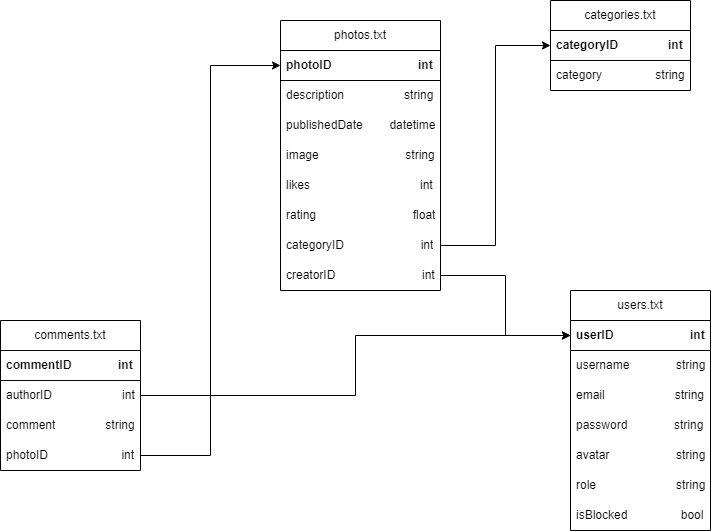
Above: images/modelo_dados.png in pedromst2000/tkinter-photo-manager-40210465 (draw.io), before the change. Source tidied: cells renumbered, new cells last; positions are measured from the earlier drawing's top-left corner, leaving out a move shared by most shapes.
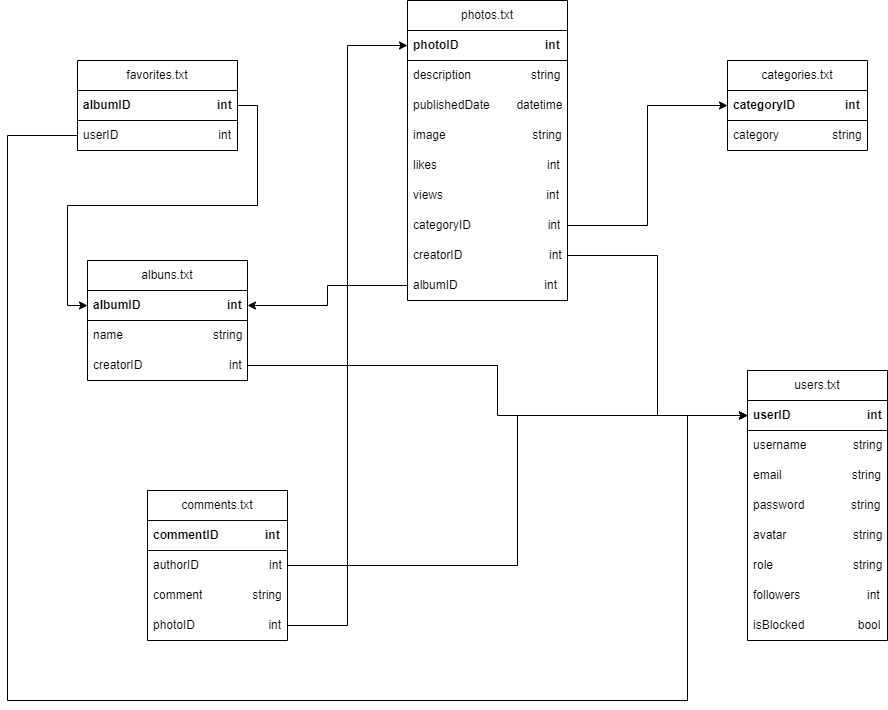
After the commit.

The edit, as a diff of the source:
```diff
@@ -3,7 +3,7 @@
     <mxCell id="0" />
     <mxCell id="1" parent="0" />
     <mxCell id="2" value="users.txt" style="swimlane;fontStyle=0;horizontal=1;startSize=30;whiteSpace=wrap;html=1;" parent="1" vertex="1">
-      <mxGeometry x="570" y="290" width="140" height="240" as="geometry" />
+      <mxGeometry x="230" y="280" width="140" height="270" as="geometry" />
     </mxCell>
     <mxCell id="3" value="&lt;b&gt;userID&amp;nbsp; &amp;nbsp; &amp;nbsp; &amp;nbsp; &amp;nbsp; &amp;nbsp; &amp;nbsp; &amp;nbsp; &amp;nbsp; &amp;nbsp; &amp;nbsp; &amp;nbsp;int&lt;/b&gt;" style="text;strokeColor=#030303;fillColor=none;align=left;verticalAlign=middle;spacingLeft=4;spacingRight=4;overflow=hidden;points=[[0,0.5],[1,0.5]];portConstraint=eastwest;whiteSpace=wrap;html=1;" parent="2" vertex="1">
       <mxGeometry y="30" width="140" height="30" as="geometry" />
@@ -23,11 +23,14 @@
     <mxCell id="8" value="role&amp;nbsp; &amp;nbsp; &amp;nbsp; &amp;nbsp; &amp;nbsp; &amp;nbsp; &amp;nbsp; &amp;nbsp; &amp;nbsp; &amp;nbsp; &amp;nbsp; &amp;nbsp; string" style="text;strokeColor=none;fillColor=none;align=left;verticalAlign=middle;spacingLeft=4;spacingRight=4;overflow=hidden;whiteSpace=wrap;html=1;" parent="2" vertex="1">
       <mxGeometry y="180" width="140" height="30" as="geometry" />
     </mxCell>
+    <mxCell id="31" value="followers&amp;nbsp; &amp;nbsp; &amp;nbsp; &amp;nbsp; &amp;nbsp; &amp;nbsp; &amp;nbsp; &amp;nbsp; &amp;nbsp; &amp;nbsp; int" style="text;strokeColor=none;fillColor=none;align=left;verticalAlign=middle;spacingLeft=4;spacingRight=4;overflow=hidden;whiteSpace=wrap;html=1;" parent="2" vertex="1">
+      <mxGeometry y="210" width="140" height="30" as="geometry" />
+    </mxCell>
     <mxCell id="9" value="isBlocked&amp;nbsp; &amp;nbsp; &amp;nbsp; &amp;nbsp; &amp;nbsp; &amp;nbsp; &amp;nbsp; &amp;nbsp; bool" style="text;strokeColor=none;fillColor=none;align=left;verticalAlign=middle;spacingLeft=4;spacingRight=4;overflow=hidden;whiteSpace=wrap;html=1;" parent="2" vertex="1">
-      <mxGeometry y="210" width="140" height="30" as="geometry" />
+      <mxGeometry y="240" width="140" height="30" as="geometry" />
     </mxCell>
     <mxCell id="10" value="comments.txt" style="swimlane;fontStyle=0;horizontal=1;startSize=30;whiteSpace=wrap;html=1;" parent="1" vertex="1">
-      <mxGeometry y="320" width="140" height="150" as="geometry" />
+      <mxGeometry x="-370" y="400" width="140" height="150" as="geometry" />
     </mxCell>
     <mxCell id="11" value="&lt;b&gt;commentID&amp;nbsp; &amp;nbsp; &amp;nbsp; &amp;nbsp; &amp;nbsp; &amp;nbsp; &amp;nbsp; int&lt;/b&gt;" style="text;strokeColor=#080808;fillColor=none;align=left;verticalAlign=middle;spacingLeft=4;spacingRight=4;overflow=hidden;whiteSpace=wrap;html=1;" parent="10" vertex="1">
       <mxGeometry y="30" width="140" height="30" as="geometry" />
@@ -42,7 +45,7 @@
       <mxGeometry y="120" width="140" height="30" as="geometry" />
     </mxCell>
     <mxCell id="15" value="categories.txt" style="swimlane;fontStyle=0;horizontal=1;startSize=30;whiteSpace=wrap;html=1;" parent="1" vertex="1">
-      <mxGeometry x="550" width="140" height="90" as="geometry" />
+      <mxGeometry x="210" y="-30" width="140" height="90" as="geometry" />
     </mxCell>
     <mxCell id="16" value="&lt;b&gt;categoryID&amp;nbsp; &amp;nbsp; &amp;nbsp; &amp;nbsp; &amp;nbsp; &amp;nbsp; &amp;nbsp; &amp;nbsp;int&lt;/b&gt;" style="text;strokeColor=#030303;fillColor=none;align=left;verticalAlign=middle;spacingLeft=4;spacingRight=4;overflow=hidden;points=[[0,0.5],[1,0.5]];portConstraint=eastwest;whiteSpace=wrap;html=1;" parent="15" vertex="1">
       <mxGeometry y="30" width="140" height="30" as="geometry" />
@@ -51,7 +54,7 @@
       <mxGeometry y="60" width="140" height="30" as="geometry" />
     </mxCell>
     <mxCell id="18" value="photos.txt" style="swimlane;fontStyle=0;horizontal=1;startSize=30;whiteSpace=wrap;html=1;" parent="1" vertex="1">
-      <mxGeometry x="280" y="20" width="160" height="270" as="geometry" />
+      <mxGeometry x="-110" y="-90" width="160" height="300" as="geometry" />
     </mxCell>
     <mxCell id="19" value="&lt;b&gt;photoID&amp;nbsp; &amp;nbsp; &amp;nbsp; &amp;nbsp; &amp;nbsp; &amp;nbsp; &amp;nbsp; &amp;nbsp; &amp;nbsp; &amp;nbsp; &amp;nbsp; &amp;nbsp; &amp;nbsp; int&lt;/b&gt;" style="text;strokeColor=#030303;fillColor=none;align=left;verticalAlign=middle;spacingLeft=4;spacingRight=4;overflow=hidden;points=[[0,0.5],[1,0.5]];portConstraint=eastwest;whiteSpace=wrap;html=1;" parent="18" vertex="1">
       <mxGeometry y="30" width="160" height="30" as="geometry" />
@@ -68,26 +71,69 @@
     <mxCell id="23" value="likes&amp;nbsp; &amp;nbsp; &amp;nbsp; &amp;nbsp; &amp;nbsp; &amp;nbsp; &amp;nbsp; &amp;nbsp; &amp;nbsp; &amp;nbsp; &amp;nbsp; &amp;nbsp; &amp;nbsp; &amp;nbsp; &amp;nbsp; &amp;nbsp; &amp;nbsp;int" style="text;strokeColor=none;fillColor=none;align=left;verticalAlign=middle;spacingLeft=4;spacingRight=4;overflow=hidden;whiteSpace=wrap;html=1;" parent="18" vertex="1">
       <mxGeometry y="150" width="160" height="30" as="geometry" />
     </mxCell>
-    <mxCell id="24" value="rating&amp;nbsp; &amp;nbsp; &amp;nbsp; &amp;nbsp; &amp;nbsp; &amp;nbsp; &amp;nbsp; &amp;nbsp; &amp;nbsp; &amp;nbsp; &amp;nbsp; &amp;nbsp; &amp;nbsp; &amp;nbsp; &amp;nbsp;float" style="text;strokeColor=none;fillColor=none;align=left;verticalAlign=middle;spacingLeft=4;spacingRight=4;overflow=hidden;whiteSpace=wrap;html=1;" parent="18" vertex="1">
+    <mxCell id="24" value="views&amp;nbsp; &amp;nbsp; &amp;nbsp; &amp;nbsp; &amp;nbsp; &amp;nbsp; &amp;nbsp; &amp;nbsp; &amp;nbsp; &amp;nbsp; &amp;nbsp; &amp;nbsp; &amp;nbsp; &amp;nbsp; &amp;nbsp; &amp;nbsp;int" style="text;strokeColor=none;fillColor=none;align=left;verticalAlign=middle;spacingLeft=4;spacingRight=4;overflow=hidden;whiteSpace=wrap;html=1;" parent="18" vertex="1">
       <mxGeometry y="180" width="160" height="30" as="geometry" />
     </mxCell>
     <mxCell id="25" value="categoryID&amp;nbsp; &amp;nbsp; &amp;nbsp; &amp;nbsp; &amp;nbsp; &amp;nbsp; &amp;nbsp; &amp;nbsp; &amp;nbsp; &amp;nbsp; &amp;nbsp; &amp;nbsp;int" style="text;strokeColor=none;fillColor=none;align=left;verticalAlign=middle;spacingLeft=4;spacingRight=4;overflow=hidden;points=[[0,0.5],[1,0.5]];portConstraint=eastwest;whiteSpace=wrap;html=1;" parent="18" vertex="1">
       <mxGeometry y="210" width="160" height="30" as="geometry" />
     </mxCell>
+    <mxCell id="32" value="creatorID&amp;nbsp; &amp;nbsp; &amp;nbsp; &amp;nbsp; &amp;nbsp; &amp;nbsp; &amp;nbsp; &amp;nbsp; &amp;nbsp; &amp;nbsp; &amp;nbsp; &amp;nbsp; &amp;nbsp; int" style="text;strokeColor=none;fillColor=none;align=left;verticalAlign=middle;spacingLeft=4;spacingRight=4;overflow=hidden;points=[[0,0.5],[1,0.5]];portConstraint=eastwest;whiteSpace=wrap;html=1;" parent="18" vertex="1">
+      <mxGeometry y="240" width="160" height="30" as="geometry" />
+    </mxCell>
-    <mxCell id="26" value="creatorID&amp;nbsp; &amp;nbsp; &amp;nbsp; &amp;nbsp; &amp;nbsp; &amp;nbsp; &amp;nbsp; &amp;nbsp; &amp;nbsp; &amp;nbsp; &amp;nbsp; &amp;nbsp; &amp;nbsp; int" style="text;strokeColor=none;fillColor=none;align=left;verticalAlign=middle;spacingLeft=4;spacingRight=4;overflow=hidden;points=[[0,0.5],[1,0.5]];portConstraint=eastwest;whiteSpace=wrap;html=1;" parent="18" vertex="1">
-      <mxGeometry y="240" width="160" height="30" as="geometry" />
+    <mxCell id="26" value="albumID&amp;nbsp; &amp;nbsp; &amp;nbsp; &amp;nbsp; &amp;nbsp; &amp;nbsp; &amp;nbsp; &amp;nbsp; &amp;nbsp; &amp;nbsp; &amp;nbsp; &amp;nbsp; &amp;nbsp; int" style="text;strokeColor=none;fillColor=none;align=left;verticalAlign=middle;spacingLeft=4;spacingRight=4;overflow=hidden;points=[[0,0.5],[1,0.5]];portConstraint=eastwest;whiteSpace=wrap;html=1;" parent="18" vertex="1">
+      <mxGeometry y="270" width="160" height="30" as="geometry" />
     </mxCell>
     <mxCell id="27" style="edgeStyle=orthogonalEdgeStyle;rounded=0;jettySize=auto;html=1;entryX=0;entryY=0.5;entryDx=0;entryDy=0;" parent="1" edge="1" source="25" target="16">
       <mxGeometry relative="1" as="geometry" />
     </mxCell>
-    <mxCell id="28" style="edgeStyle=orthogonalEdgeStyle;rounded=0;jettySize=auto;html=1;entryX=0;entryY=0.5;entryDx=0;entryDy=0;" parent="1" edge="1" source="26" target="3">
-      <mxGeometry relative="1" as="geometry" />
-    </mxCell>
     <mxCell id="29" style="edgeStyle=orthogonalEdgeStyle;rounded=0;jettySize=auto;html=1;entryX=0;entryY=0.5;entryDx=0;entryDy=0;" parent="1" edge="1" source="12" target="3">
       <mxGeometry relative="1" as="geometry" />
     </mxCell>
     <mxCell id="30" style="edgeStyle=orthogonalEdgeStyle;rounded=0;jettySize=auto;html=1;entryX=0;entryY=0.5;entryDx=0;entryDy=0;" parent="1" edge="1" source="14" target="19">
       <mxGeometry relative="1" as="geometry" />
     </mxCell>
+    <mxCell id="33" value="albuns.txt" style="swimlane;fontStyle=0;horizontal=1;startSize=30;whiteSpace=wrap;html=1;" parent="1" vertex="1">
+      <mxGeometry x="-430" y="170" width="160" height="120" as="geometry" />
+    </mxCell>
+    <mxCell id="34" value="&lt;b&gt;albumID&amp;nbsp; &amp;nbsp; &amp;nbsp; &amp;nbsp; &amp;nbsp; &amp;nbsp; &amp;nbsp; &amp;nbsp; &amp;nbsp; &amp;nbsp; &amp;nbsp; &amp;nbsp; &amp;nbsp; int&lt;/b&gt;" style="text;strokeColor=#030303;fillColor=none;align=left;verticalAlign=middle;spacingLeft=4;spacingRight=4;overflow=hidden;points=[[0,0.5],[1,0.5]];portConstraint=eastwest;whiteSpace=wrap;html=1;" parent="33" vertex="1">
+      <mxGeometry y="30" width="160" height="30" as="geometry" />
+    </mxCell>
+    <mxCell id="35" value="name&amp;nbsp; &amp;nbsp; &amp;nbsp; &amp;nbsp; &amp;nbsp; &amp;nbsp; &amp;nbsp; &amp;nbsp; &amp;nbsp; &amp;nbsp; &amp;nbsp; &amp;nbsp; &amp;nbsp; &amp;nbsp;string" style="text;strokeColor=none;fillColor=none;align=left;verticalAlign=middle;spacingLeft=4;spacingRight=4;overflow=hidden;whiteSpace=wrap;html=1;" parent="33" vertex="1">
+      <mxGeometry y="60" width="160" height="30" as="geometry" />
+    </mxCell>
+    <mxCell id="36" value="creatorID&amp;nbsp; &amp;nbsp; &amp;nbsp; &amp;nbsp; &amp;nbsp; &amp;nbsp; &amp;nbsp; &amp;nbsp; &amp;nbsp; &amp;nbsp; &amp;nbsp; &amp;nbsp; &amp;nbsp; int" style="text;strokeColor=none;fillColor=none;align=left;verticalAlign=middle;spacingLeft=4;spacingRight=4;overflow=hidden;points=[[0,0.5],[1,0.5]];portConstraint=eastwest;whiteSpace=wrap;html=1;" parent="33" vertex="1">
+      <mxGeometry y="90" width="160" height="30" as="geometry" />
+    </mxCell>
+    <mxCell id="37" style="edgeStyle=orthogonalEdgeStyle;rounded=0;jettySize=auto;html=1;entryX=1;entryY=0.5;entryDx=0;entryDy=0;" parent="1" edge="1" source="26" target="34">
+      <mxGeometry relative="1" as="geometry" />
+    </mxCell>
+    <mxCell id="38" style="edgeStyle=orthogonalEdgeStyle;rounded=0;jettySize=auto;html=1;entryX=0;entryY=0.5;entryDx=0;entryDy=0;" parent="1" edge="1" source="32" target="3">
+      <mxGeometry relative="1" as="geometry" />
+    </mxCell>
+    <mxCell id="39" style="edgeStyle=orthogonalEdgeStyle;rounded=0;jettySize=auto;html=1;entryX=0;entryY=0.5;entryDx=0;entryDy=0;" parent="1" edge="1" source="36" target="3">
+      <mxGeometry relative="1" as="geometry" />
+    </mxCell>
+    <mxCell id="40" value="favorites.txt" style="swimlane;fontStyle=0;horizontal=1;startSize=30;whiteSpace=wrap;html=1;" parent="1" vertex="1">
+      <mxGeometry x="-440" y="-30" width="160" height="90" as="geometry" />
+    </mxCell>
+    <mxCell id="41" value="&lt;b&gt;albumID&amp;nbsp; &amp;nbsp; &amp;nbsp; &amp;nbsp; &amp;nbsp; &amp;nbsp; &amp;nbsp; &amp;nbsp; &amp;nbsp; &amp;nbsp; &amp;nbsp; &amp;nbsp; &amp;nbsp; int&lt;/b&gt;" style="text;strokeColor=#030303;fillColor=none;align=left;verticalAlign=middle;spacingLeft=4;spacingRight=4;overflow=hidden;points=[[0,0.5],[1,0.5]];portConstraint=eastwest;whiteSpace=wrap;html=1;" parent="40" vertex="1">
+      <mxGeometry y="30" width="160" height="30" as="geometry" />
+    </mxCell>
+    <mxCell id="42" value="userID&amp;nbsp; &amp;nbsp; &amp;nbsp; &amp;nbsp; &amp;nbsp; &amp;nbsp; &amp;nbsp; &amp;nbsp; &amp;nbsp; &amp;nbsp; &amp;nbsp; &amp;nbsp; &amp;nbsp; &amp;nbsp; &amp;nbsp; int" style="text;strokeColor=none;fillColor=none;align=left;verticalAlign=middle;spacingLeft=4;spacingRight=4;overflow=hidden;points=[[0,0.5],[1,0.5]];portConstraint=eastwest;whiteSpace=wrap;html=1;" parent="40" vertex="1">
+      <mxGeometry y="60" width="160" height="30" as="geometry" />
+    </mxCell>
+    <mxCell id="43" style="edgeStyle=orthogonalEdgeStyle;rounded=0;jettySize=auto;html=1;entryX=0;entryY=0.5;entryDx=0;entryDy=0;" parent="1" edge="1" source="41" target="34">
+      <mxGeometry relative="1" as="geometry" />
+    </mxCell>
+    <mxCell id="44" style="edgeStyle=orthogonalEdgeStyle;rounded=0;jettySize=auto;html=1;" parent="1" edge="1" source="42" target="3">
+      <mxGeometry relative="1" as="geometry">
+        <Array as="points">
+          <mxPoint x="-510" y="45" />
+          <mxPoint x="-510" y="610" />
+          <mxPoint x="170" y="610" />
+          <mxPoint x="170" y="325" />
+        </Array>
+      </mxGeometry>
+    </mxCell>
   </root>
 </mxGraphModel>
```
